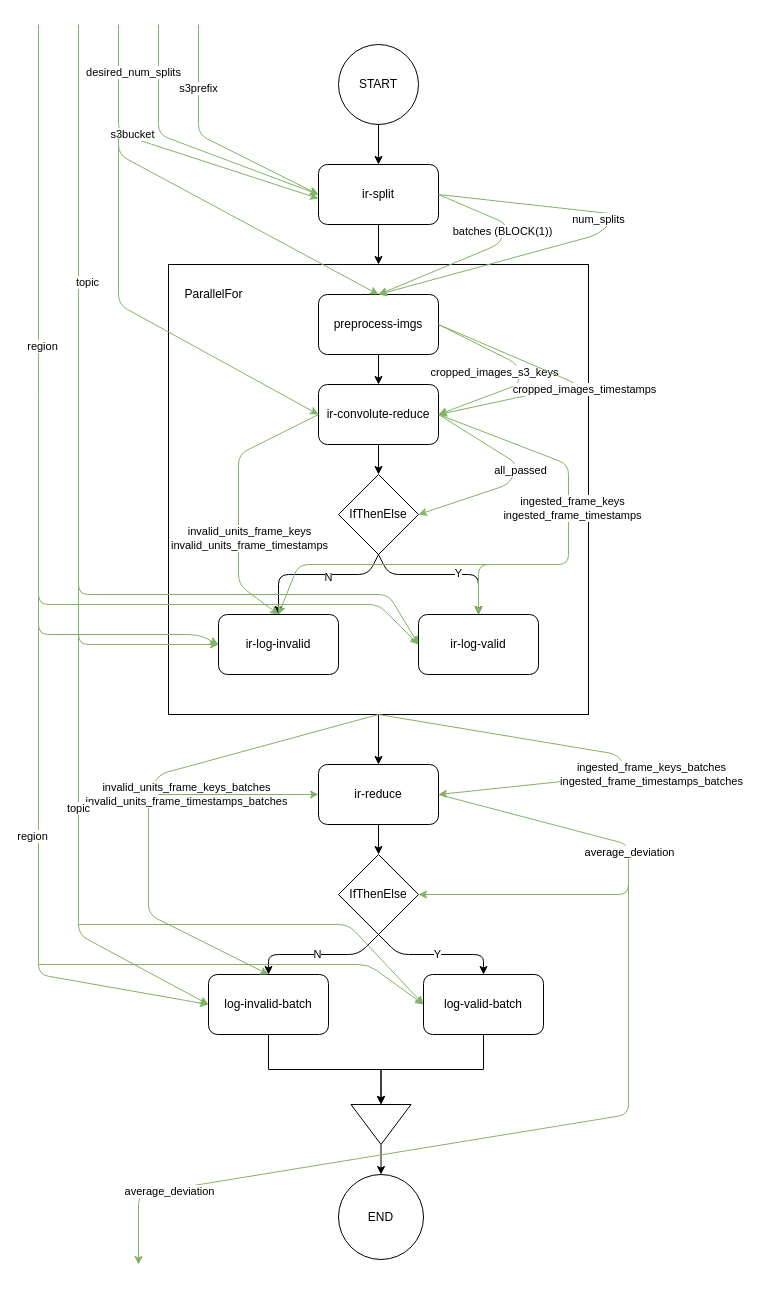
Earlier version of the draw.io diagram diagrams/ir.drawio (gipfelen/Image-Convolution). Source tidied: cells renumbered, new cells numbered last; positions are measured from the earlier drawing's top-left corner, leaving out a move shared by most shapes. Both pictures are drawn from the tidied source at 100%, with x=0, y=0 at pixel (38, 24).
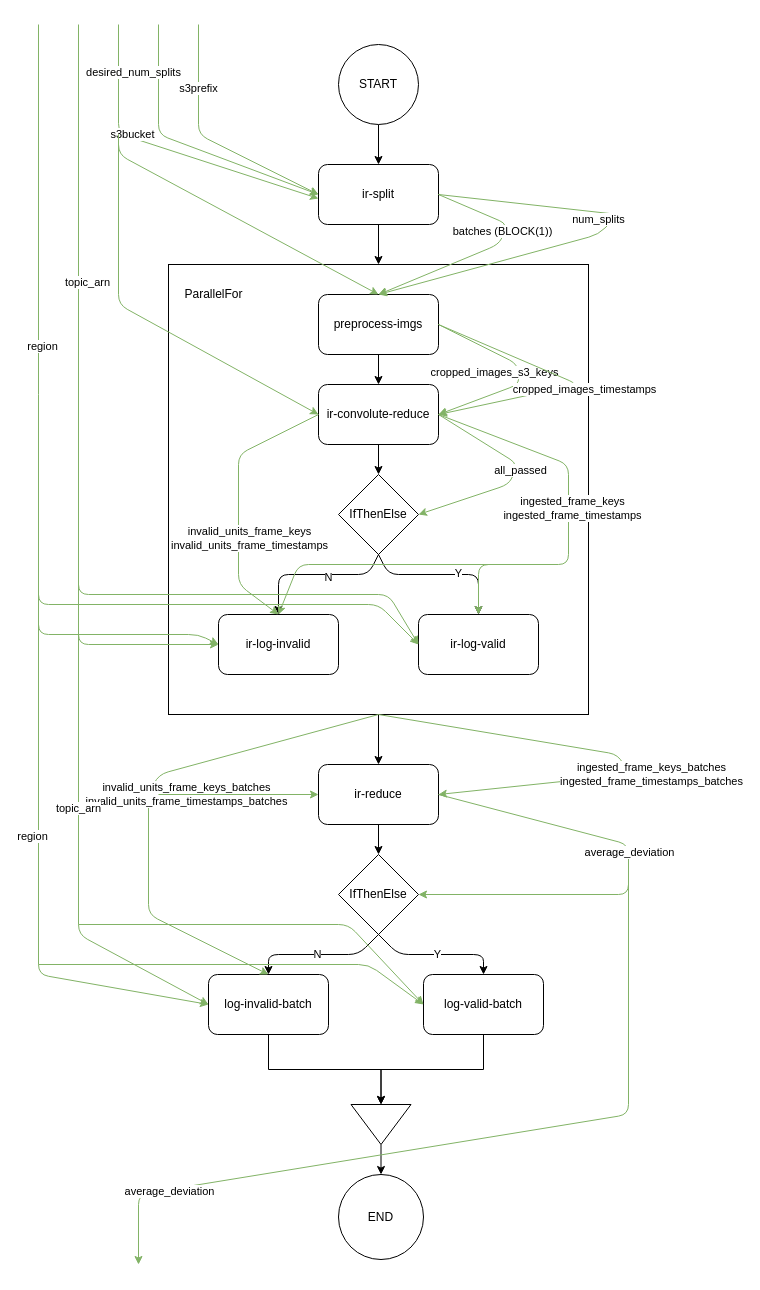
After the change.

Unchanged cells that the change refers to:
```xml
<mxCell id="8" value="ir-log-invalid" style="rounded=1;whiteSpace=wrap;html=1;" parent="1" vertex="1">
  <mxGeometry x="180" y="590" width="120" height="60" as="geometry" />
</mxCell>
<mxCell id="27" value="log-invalid-batch" style="rounded=1;whiteSpace=wrap;html=1;" parent="1" vertex="1">
  <mxGeometry x="170" y="950" width="120" height="60" as="geometry" />
</mxCell>
```

What changed in the source:
```diff
@@
-    <mxCell id="47" value="topic" style="endArrow=classic;html=1;fillColor=#d5e8d4;strokeColor=#82b366;entryX=0;entryY=0.5;entryDx=0;entryDy=0;" parent="1" edge="1" target="8">
+    <mxCell id="47" value="topic_arn" style="endArrow=classic;html=1;fillColor=#d5e8d4;strokeColor=#82b366;entryX=0;entryY=0.5;entryDx=0;entryDy=0;" parent="1" edge="1" target="8">
       <mxGeometry x="-0.32" y="9" relative="1" as="geometry">
         <mxPoint x="40" as="sourcePoint" />
         <Array as="points">
           <mxPoint x="40" y="540" />
           <mxPoint x="40" y="620" />
         </Array>
       </mxGeometry>
     </mxCell>
@@
-    <mxCell id="59" value="topic" style="endArrow=classic;html=1;entryX=0;entryY=0.5;entryDx=0;entryDy=0;fillColor=#d5e8d4;strokeColor=#82b366;" parent="1" edge="1" target="27">
+    <mxCell id="59" value="topic_arn" style="endArrow=classic;html=1;entryX=0;entryY=0.5;entryDx=0;entryDy=0;fillColor=#d5e8d4;strokeColor=#82b366;" parent="1" edge="1" target="27">
       <mxGeometry relative="1" as="geometry">
         <mxPoint x="40" y="510" as="sourcePoint" />
         <Array as="points">
           <mxPoint x="40" y="910" />
         </Array>
       </mxGeometry>
     </mxCell>
```
